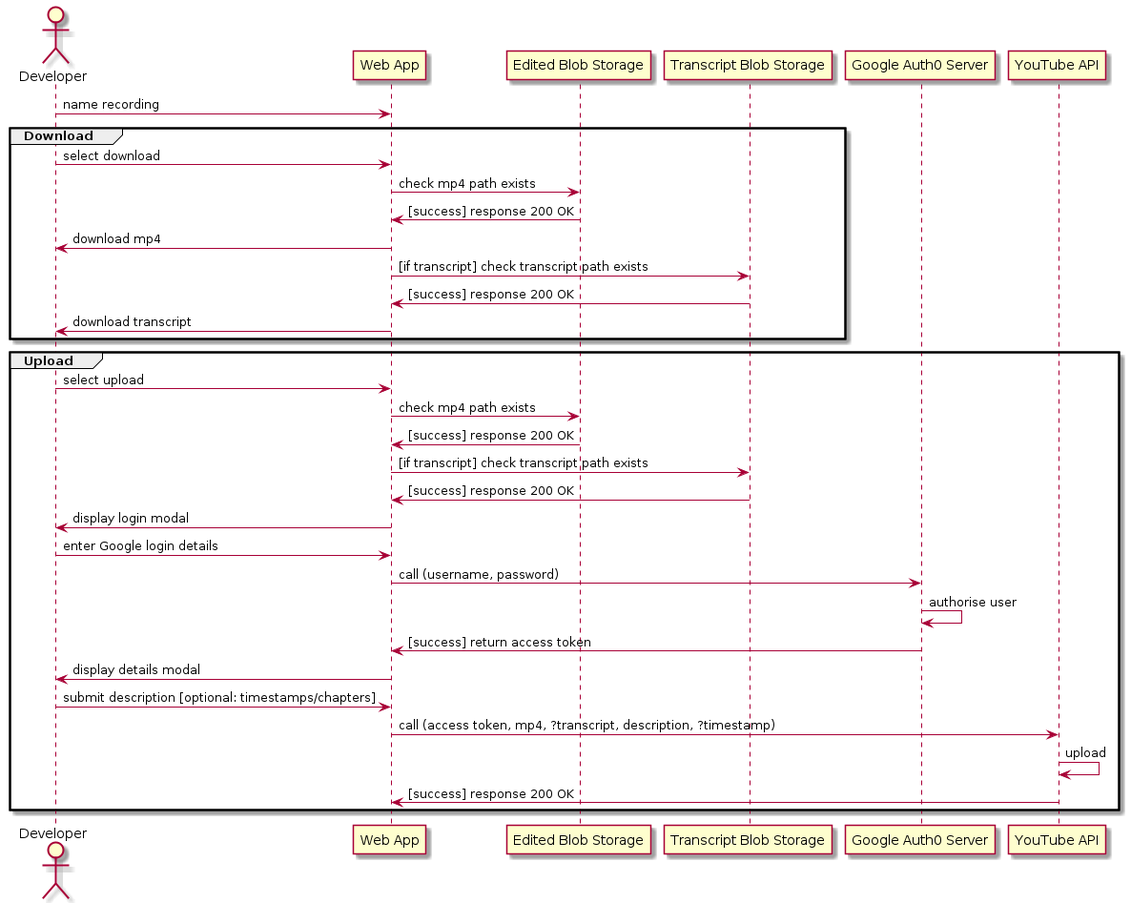
The PlantUML diagram out/examples/download/download.png in jennifer-platt/ECM2429-UML, before a commit.
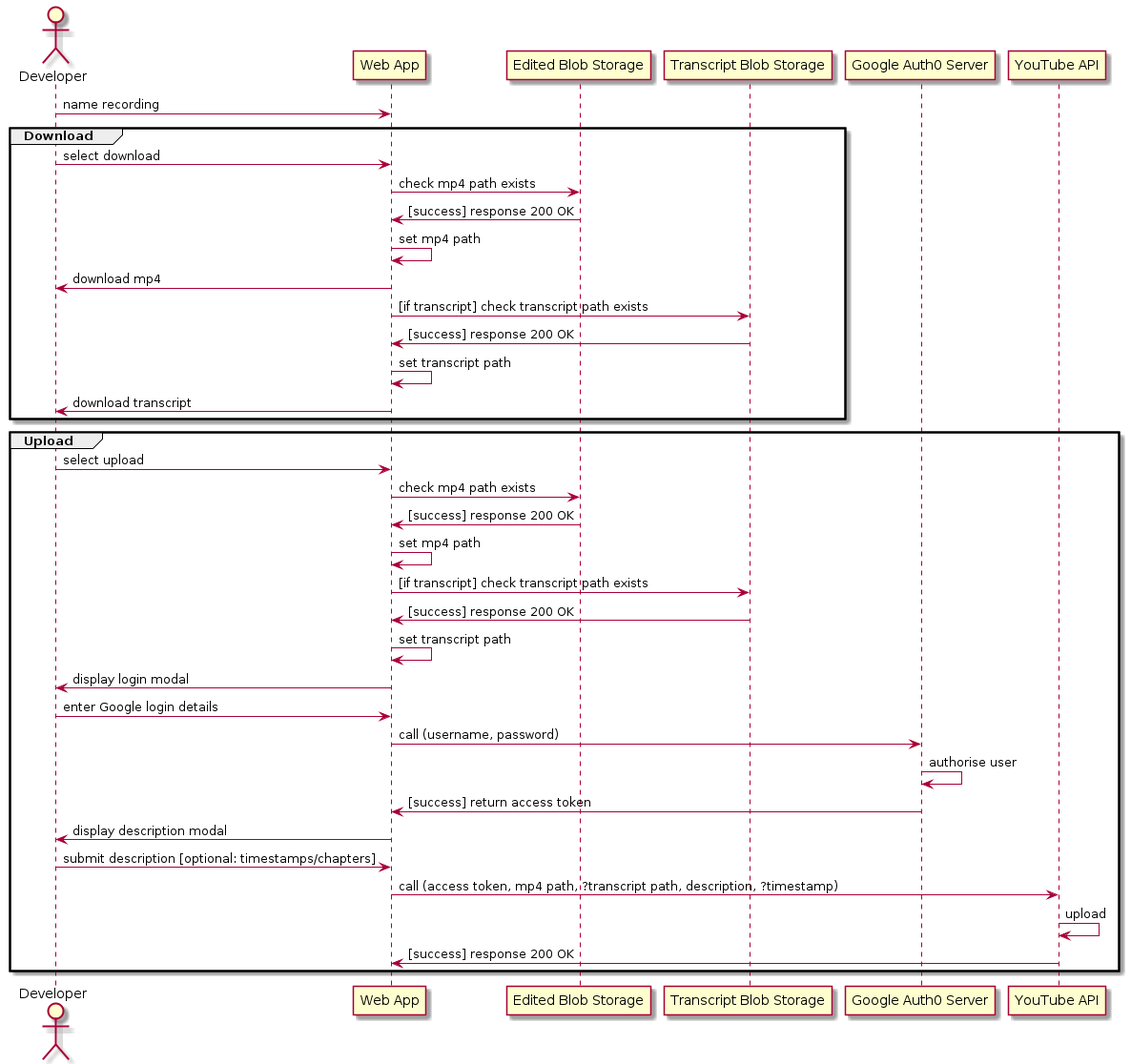
After the change.

Commit message:
Updating download diagram

What changed in the source:
```diff
@@ -8,9 +8,11 @@
 Developer -> "Web App": select download
 "Web App" -> "Edited Blob Storage": check mp4 path exists
 "Web App" <- "Edited Blob Storage": [success] response 200 OK
+"Web App" <- "Web App": set mp4 path
 Developer <- "Web App": download mp4
 "Web App" -> "Transcript Blob Storage": [if transcript] check transcript path exists
 "Web App" <- "Transcript Blob Storage": [success] response 200 OK
+"Web App" <- "Web App": set transcript path
 Developer <- "Web App": download transcript
 end
 
@@ -18,16 +20,18 @@
 Developer -> "Web App": select upload
 "Web App" -> "Edited Blob Storage": check mp4 path exists
 "Web App" <- "Edited Blob Storage": [success] response 200 OK
+"Web App" <- "Web App": set mp4 path
 "Web App" -> "Transcript Blob Storage": [if transcript] check transcript path exists
 "Web App" <- "Transcript Blob Storage": [success] response 200 OK
+"Web App" <- "Web App": set transcript path
 Developer <- "Web App": display login modal
 Developer -> "Web App": enter Google login details
 "Web App" -> "Google Auth0 Server": call (username, password)
 "Google Auth0 Server" <- "Google Auth0 Server": authorise user
 "Web App" <- "Google Auth0 Server": [success] return access token
-Developer <- "Web App": display details modal
+Developer <- "Web App": display description modal
 Developer -> "Web App": submit description [optional: timestamps/chapters]
-"Web App" -> "YouTube API": call (access token, mp4, ?transcript, description, ?timestamp)
+"Web App" -> "YouTube API": call (access token, mp4 path, ?transcript path, description, ?timestamp)
 "YouTube API" <- "YouTube API": upload
 "Web App" <- "YouTube API": [success] response 200 OK
 end
```
